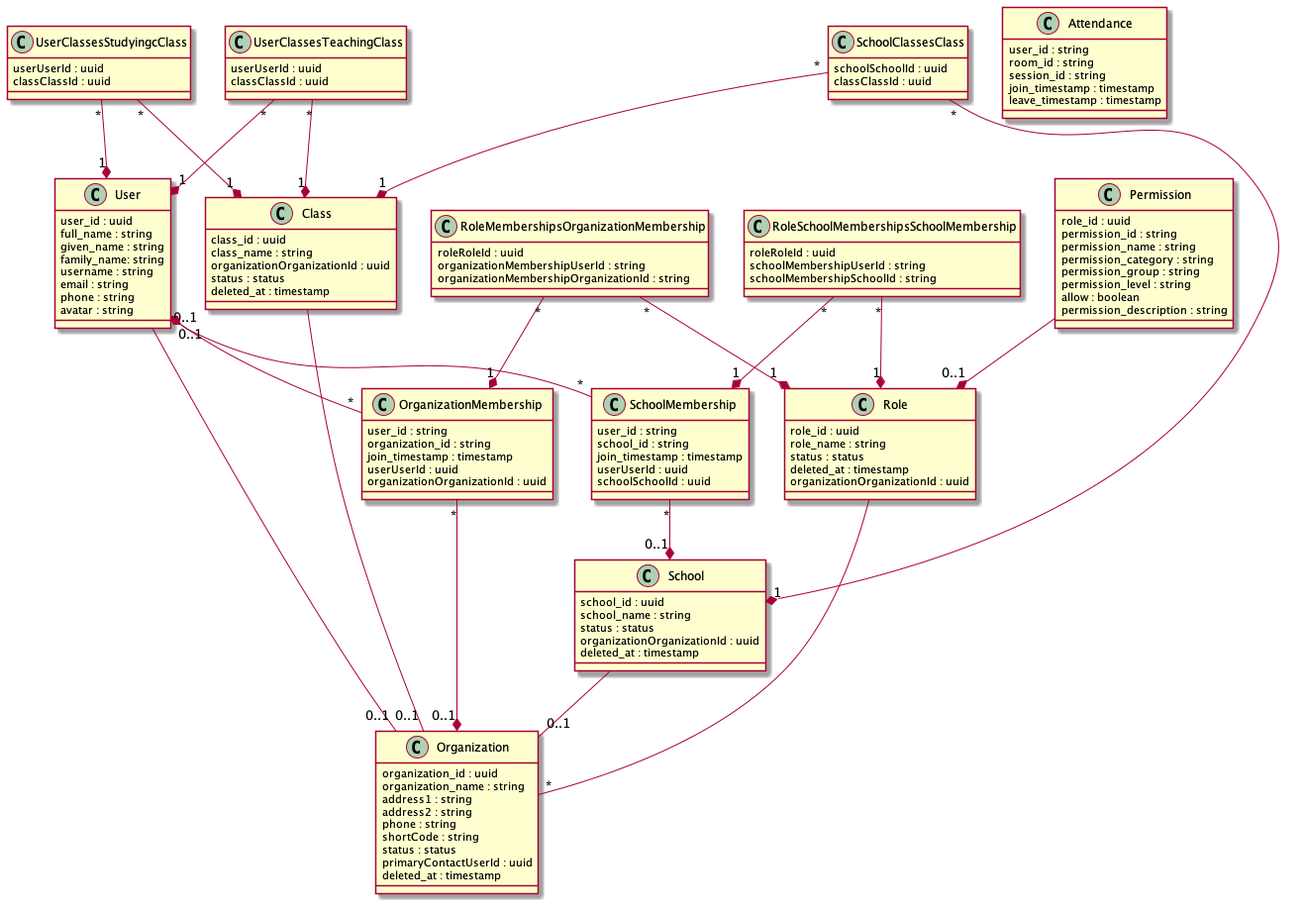
Above: documents/dbschema.png in Klasmart-Engineering/user-service (PlantUML), before the change.
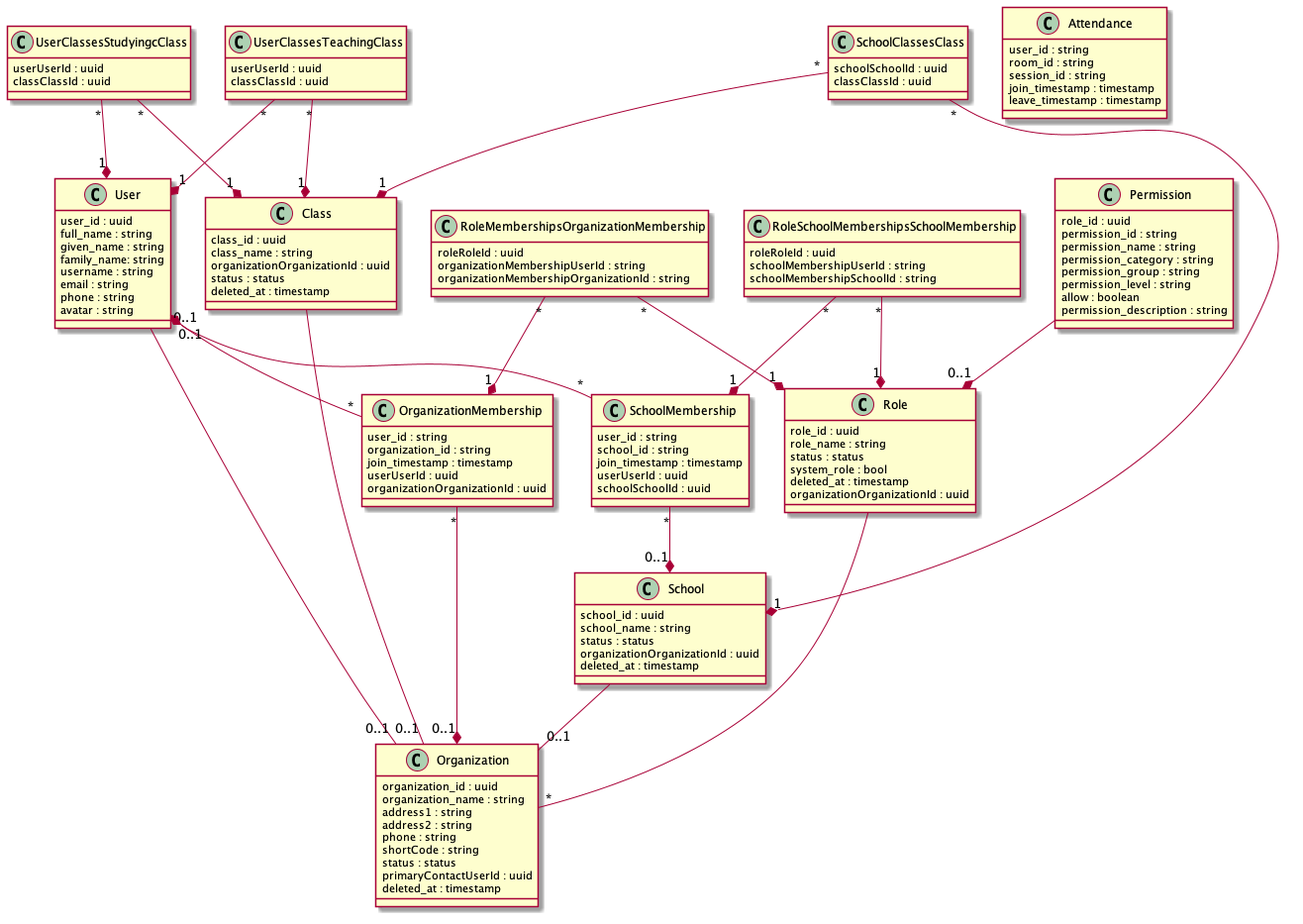
The same diagram one commit later.

Commit message:
Merged in KL-3280-identify-system-roles (pull request #142)

The edit, as a diff of the source:
```diff
@@ -53,6 +53,7 @@
   role_id : uuid
   role_name : string
   status : status
+  system_role : bool
   deleted_at : timestamp
   organizationOrganizationId : uuid
 }
```
